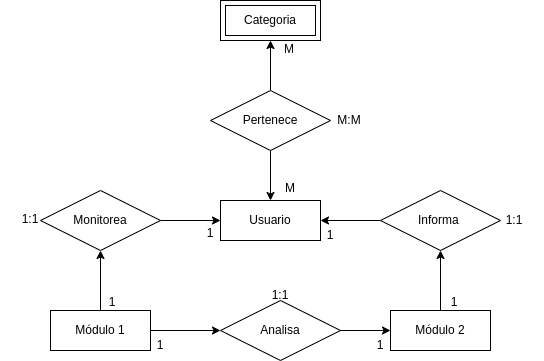
The draw.io diagram UML/Modulo3/modeloER.drawio.png in miicxitl-kin/Proyecto-Terminal-1-y-2, before a commit. Source tidied: cells renumbered, new cells last; positions are measured from the earlier drawing's top-left corner, leaving out a move shared by most shapes. The source it was exported from:
```xml
<mxGraphModel>
  <root>
    <mxCell id="0" />
    <mxCell id="1" parent="0" />
    <mxCell id="2" value="Usuario" style="whiteSpace=wrap;html=1;align=center;" parent="1" vertex="1">
      <mxGeometry x="220" y="200" width="100" height="40" as="geometry" />
    </mxCell>
    <mxCell id="3" style="edgeStyle=none;html=1;entryX=0;entryY=0.5;entryDx=0;entryDy=0;" parent="1" edge="1" source="5" target="18">
      <mxGeometry relative="1" as="geometry" />
    </mxCell>
    <mxCell id="4" style="edgeStyle=none;html=1;entryX=0.5;entryY=1;entryDx=0;entryDy=0;" parent="1" edge="1" source="5" target="10">
      <mxGeometry relative="1" as="geometry" />
    </mxCell>
    <mxCell id="5" value="Módulo 1" style="whiteSpace=wrap;html=1;align=center;" parent="1" vertex="1">
      <mxGeometry x="50" y="310" width="100" height="40" as="geometry" />
    </mxCell>
    <mxCell id="6" style="edgeStyle=none;html=1;entryX=0.5;entryY=1;entryDx=0;entryDy=0;" parent="1" edge="1" source="7" target="12">
      <mxGeometry relative="1" as="geometry" />
    </mxCell>
    <mxCell id="7" value="Módulo 2" style="whiteSpace=wrap;html=1;align=center;" parent="1" vertex="1">
      <mxGeometry x="390" y="310" width="100" height="40" as="geometry" />
    </mxCell>
    <mxCell id="8" value="Categoria" style="shape=ext;margin=3;double=1;whiteSpace=wrap;html=1;align=center;" parent="1" vertex="1">
      <mxGeometry x="220" width="100" height="40" as="geometry" />
    </mxCell>
    <mxCell id="9" style="edgeStyle=none;html=1;entryX=0;entryY=0.5;entryDx=0;entryDy=0;" parent="1" edge="1" source="10" target="2">
      <mxGeometry relative="1" as="geometry" />
    </mxCell>
    <mxCell id="10" value="Monitorea" style="shape=rhombus;perimeter=rhombusPerimeter;whiteSpace=wrap;html=1;align=center;" parent="1" vertex="1">
      <mxGeometry x="40" y="190" width="120" height="60" as="geometry" />
    </mxCell>
    <mxCell id="11" style="edgeStyle=none;html=1;entryX=1;entryY=0.5;entryDx=0;entryDy=0;" parent="1" edge="1" source="12" target="2">
      <mxGeometry relative="1" as="geometry" />
    </mxCell>
    <mxCell id="12" value="Informa&amp;nbsp;" style="shape=rhombus;perimeter=rhombusPerimeter;whiteSpace=wrap;html=1;align=center;" parent="1" vertex="1">
      <mxGeometry x="380" y="190" width="120" height="60" as="geometry" />
    </mxCell>
    <mxCell id="13" style="edgeStyle=none;html=1;entryX=0.5;entryY=0;entryDx=0;entryDy=0;" parent="1" edge="1" source="15" target="2">
      <mxGeometry relative="1" as="geometry" />
    </mxCell>
    <mxCell id="14" style="edgeStyle=none;html=1;entryX=0.5;entryY=1;entryDx=0;entryDy=0;" parent="1" edge="1" source="15" target="8">
      <mxGeometry relative="1" as="geometry" />
    </mxCell>
    <mxCell id="15" value="Pertenece" style="shape=rhombus;perimeter=rhombusPerimeter;whiteSpace=wrap;html=1;align=center;" parent="1" vertex="1">
      <mxGeometry x="210" y="90" width="120" height="60" as="geometry" />
    </mxCell>
    <mxCell id="16" style="edgeStyle=none;html=1;" parent="1" edge="1" source="18">
      <mxGeometry relative="1" as="geometry">
        <mxPoint x="320" y="330" as="targetPoint" />
      </mxGeometry>
    </mxCell>
    <mxCell id="17" style="edgeStyle=none;html=1;entryX=0;entryY=0.5;entryDx=0;entryDy=0;" parent="1" edge="1" source="18" target="7">
      <mxGeometry relative="1" as="geometry" />
    </mxCell>
    <mxCell id="18" value="Analisa" style="shape=rhombus;perimeter=rhombusPerimeter;whiteSpace=wrap;html=1;align=center;" parent="1" vertex="1">
      <mxGeometry x="220" y="300" width="120" height="60" as="geometry" />
    </mxCell>
    <mxCell id="19" value="M" style="text;html=1;align=center;verticalAlign=middle;whiteSpace=wrap;rounded=0;" parent="1" vertex="1">
      <mxGeometry x="259" y="34" width="60" height="30" as="geometry" />
    </mxCell>
    <mxCell id="20" value="M" style="text;html=1;align=center;verticalAlign=middle;whiteSpace=wrap;rounded=0;" parent="1" vertex="1">
      <mxGeometry x="260" y="173" width="60" height="30" as="geometry" />
    </mxCell>
    <mxCell id="21" value="M:M" style="text;html=1;align=center;verticalAlign=middle;whiteSpace=wrap;rounded=0;" parent="1" vertex="1">
      <mxGeometry x="319" y="105" width="60" height="30" as="geometry" />
    </mxCell>
    <mxCell id="22" value="1" style="text;html=1;align=center;verticalAlign=middle;whiteSpace=wrap;rounded=0;" parent="1" vertex="1">
      <mxGeometry x="300" y="220" width="60" height="30" as="geometry" />
    </mxCell>
    <mxCell id="23" value="1" style="text;html=1;align=center;verticalAlign=middle;whiteSpace=wrap;rounded=0;" parent="1" vertex="1">
      <mxGeometry x="424" y="287" width="60" height="30" as="geometry" />
    </mxCell>
    <mxCell id="24" value="1:1" style="text;html=1;align=center;verticalAlign=middle;whiteSpace=wrap;rounded=0;" parent="1" vertex="1">
      <mxGeometry x="484" y="205" width="60" height="30" as="geometry" />
    </mxCell>
    <mxCell id="25" value="1" style="text;html=1;align=center;verticalAlign=middle;whiteSpace=wrap;rounded=0;" parent="1" vertex="1">
      <mxGeometry x="180" y="218" width="60" height="30" as="geometry" />
    </mxCell>
    <mxCell id="26" value="1" style="text;html=1;align=center;verticalAlign=middle;whiteSpace=wrap;rounded=0;" parent="1" vertex="1">
      <mxGeometry x="82" y="287" width="60" height="30" as="geometry" />
    </mxCell>
    <mxCell id="27" value="1:1" style="text;html=1;align=center;verticalAlign=middle;whiteSpace=wrap;rounded=0;" parent="1" vertex="1">
      <mxGeometry y="204" width="60" height="30" as="geometry" />
    </mxCell>
    <mxCell id="28" value="1" style="text;html=1;align=center;verticalAlign=middle;whiteSpace=wrap;rounded=0;" parent="1" vertex="1">
      <mxGeometry x="350" y="330" width="60" height="30" as="geometry" />
    </mxCell>
    <mxCell id="29" value="1" style="text;html=1;align=center;verticalAlign=middle;whiteSpace=wrap;rounded=0;" parent="1" vertex="1">
      <mxGeometry x="130" y="330" width="60" height="30" as="geometry" />
    </mxCell>
    <mxCell id="30" value="1:1" style="text;html=1;align=center;verticalAlign=middle;whiteSpace=wrap;rounded=0;" parent="1" vertex="1">
      <mxGeometry x="250" y="280" width="60" height="30" as="geometry" />
    </mxCell>
  </root>
</mxGraphModel>
```
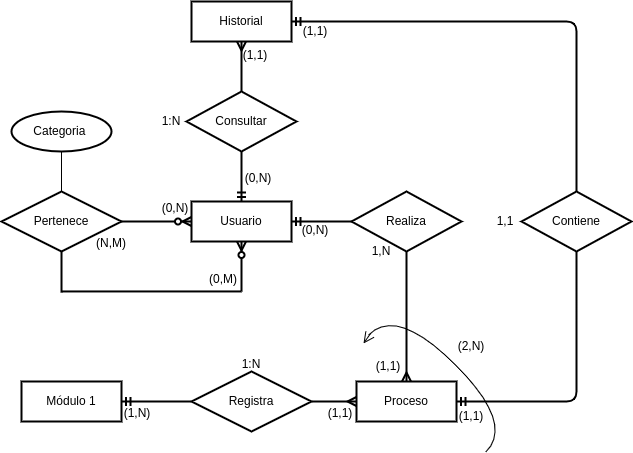
The same diagram one commit later.

Diff of the diagram source:
```diff
@@ -2,94 +2,135 @@
   <root>
     <mxCell id="0" />
     <mxCell id="1" parent="0" />
-    <mxCell id="2" value="Usuario" style="whiteSpace=wrap;html=1;align=center;" parent="1" vertex="1">
+    <mxCell id="2" value="Usuario" style="whiteSpace=wrap;html=1;align=center;strokeWidth=2;" parent="1" vertex="1">
       <mxGeometry x="220" y="200" width="100" height="40" as="geometry" />
     </mxCell>
-    <mxCell id="3" style="edgeStyle=none;html=1;entryX=0;entryY=0.5;entryDx=0;entryDy=0;" parent="1" edge="1" source="5" target="18">
-      <mxGeometry relative="1" as="geometry" />
-    </mxCell>
-    <mxCell id="4" style="edgeStyle=none;html=1;entryX=0.5;entryY=1;entryDx=0;entryDy=0;" parent="1" edge="1" source="5" target="10">
-      <mxGeometry relative="1" as="geometry" />
-    </mxCell>
-    <mxCell id="5" value="Módulo 1" style="whiteSpace=wrap;html=1;align=center;" parent="1" vertex="1">
-      <mxGeometry x="50" y="310" width="100" height="40" as="geometry" />
+    <mxCell id="5" value="Módulo 1" style="whiteSpace=wrap;html=1;align=center;strokeWidth=2;" parent="1" vertex="1">
+      <mxGeometry x="50" y="380" width="100" height="40" as="geometry" />
     </mxCell>
-    <mxCell id="6" style="edgeStyle=none;html=1;entryX=0.5;entryY=1;entryDx=0;entryDy=0;" parent="1" edge="1" source="7" target="12">
-      <mxGeometry relative="1" as="geometry" />
-    </mxCell>
-    <mxCell id="7" value="Módulo 2" style="whiteSpace=wrap;html=1;align=center;" parent="1" vertex="1">
-      <mxGeometry x="390" y="310" width="100" height="40" as="geometry" />
+    <mxCell id="7" value="Proceso" style="whiteSpace=wrap;html=1;align=center;strokeWidth=2;" parent="1" vertex="1">
+      <mxGeometry x="385" y="380" width="100" height="40" as="geometry" />
     </mxCell>
-    <mxCell id="8" value="Categoria" style="shape=ext;margin=3;double=1;whiteSpace=wrap;html=1;align=center;" parent="1" vertex="1">
-      <mxGeometry x="220" width="100" height="40" as="geometry" />
-    </mxCell>
-    <mxCell id="9" style="edgeStyle=none;html=1;entryX=0;entryY=0.5;entryDx=0;entryDy=0;" parent="1" edge="1" source="10" target="2">
-      <mxGeometry relative="1" as="geometry" />
-    </mxCell>
-    <mxCell id="10" value="Monitorea" style="shape=rhombus;perimeter=rhombusPerimeter;whiteSpace=wrap;html=1;align=center;" parent="1" vertex="1">
-      <mxGeometry x="40" y="190" width="120" height="60" as="geometry" />
+    <mxCell id="10" value="Contiene" style="shape=rhombus;perimeter=rhombusPerimeter;whiteSpace=wrap;html=1;align=center;strokeWidth=2;" parent="1" vertex="1">
+      <mxGeometry x="550" y="190" width="110" height="60" as="geometry" />
     </mxCell>
-    <mxCell id="11" style="edgeStyle=none;html=1;entryX=1;entryY=0.5;entryDx=0;entryDy=0;" parent="1" edge="1" source="12" target="2">
-      <mxGeometry relative="1" as="geometry" />
-    </mxCell>
-    <mxCell id="12" value="Informa&amp;nbsp;" style="shape=rhombus;perimeter=rhombusPerimeter;whiteSpace=wrap;html=1;align=center;" parent="1" vertex="1">
-      <mxGeometry x="380" y="190" width="120" height="60" as="geometry" />
-    </mxCell>
-    <mxCell id="13" style="edgeStyle=none;html=1;entryX=0.5;entryY=0;entryDx=0;entryDy=0;" parent="1" edge="1" source="15" target="2">
-      <mxGeometry relative="1" as="geometry" />
-    </mxCell>
-    <mxCell id="14" style="edgeStyle=none;html=1;entryX=0.5;entryY=1;entryDx=0;entryDy=0;" parent="1" edge="1" source="15" target="8">
-      <mxGeometry relative="1" as="geometry" />
-    </mxCell>
-    <mxCell id="15" value="Pertenece" style="shape=rhombus;perimeter=rhombusPerimeter;whiteSpace=wrap;html=1;align=center;" parent="1" vertex="1">
-      <mxGeometry x="210" y="90" width="120" height="60" as="geometry" />
+    <mxCell id="15" value="Pertenece" style="shape=rhombus;perimeter=rhombusPerimeter;whiteSpace=wrap;html=1;align=center;strokeWidth=2;" parent="1" vertex="1">
+      <mxGeometry x="30" y="190" width="120" height="60" as="geometry" />
     </mxCell>
     <mxCell id="16" style="edgeStyle=none;html=1;" parent="1" edge="1" source="18">
       <mxGeometry relative="1" as="geometry">
-        <mxPoint x="320" y="330" as="targetPoint" />
+        <mxPoint x="320" y="400" as="targetPoint" />
       </mxGeometry>
     </mxCell>
-    <mxCell id="17" style="edgeStyle=none;html=1;entryX=0;entryY=0.5;entryDx=0;entryDy=0;" parent="1" edge="1" source="18" target="7">
-      <mxGeometry relative="1" as="geometry" />
-    </mxCell>
-    <mxCell id="18" value="Analisa" style="shape=rhombus;perimeter=rhombusPerimeter;whiteSpace=wrap;html=1;align=center;" parent="1" vertex="1">
-      <mxGeometry x="220" y="300" width="120" height="60" as="geometry" />
+    <mxCell id="18" value="Registra" style="shape=rhombus;perimeter=rhombusPerimeter;whiteSpace=wrap;html=1;align=center;strokeWidth=2;" parent="1" vertex="1">
+      <mxGeometry x="220" y="370" width="120" height="60" as="geometry" />
     </mxCell>
-    <mxCell id="19" value="M" style="text;html=1;align=center;verticalAlign=middle;whiteSpace=wrap;rounded=0;" parent="1" vertex="1">
-      <mxGeometry x="259" y="34" width="60" height="30" as="geometry" />
-    </mxCell>
-    <mxCell id="20" value="M" style="text;html=1;align=center;verticalAlign=middle;whiteSpace=wrap;rounded=0;" parent="1" vertex="1">
-      <mxGeometry x="260" y="173" width="60" height="30" as="geometry" />
+    <mxCell id="20" value="(0,N)" style="text;html=1;align=center;verticalAlign=middle;whiteSpace=wrap;rounded=0;" parent="1" vertex="1">
+      <mxGeometry x="174" y="192" width="60" height="30" as="geometry" />
     </mxCell>
-    <mxCell id="21" value="M:M" style="text;html=1;align=center;verticalAlign=middle;whiteSpace=wrap;rounded=0;" parent="1" vertex="1">
-      <mxGeometry x="319" y="105" width="60" height="30" as="geometry" />
+    <mxCell id="21" value="(0,M)" style="text;html=1;align=center;verticalAlign=middle;whiteSpace=wrap;rounded=0;" parent="1" vertex="1">
+      <mxGeometry x="222" y="263" width="60" height="30" as="geometry" />
     </mxCell>
-    <mxCell id="22" value="1" style="text;html=1;align=center;verticalAlign=middle;whiteSpace=wrap;rounded=0;" parent="1" vertex="1">
-      <mxGeometry x="300" y="220" width="60" height="30" as="geometry" />
-    </mxCell>
-    <mxCell id="23" value="1" style="text;html=1;align=center;verticalAlign=middle;whiteSpace=wrap;rounded=0;" parent="1" vertex="1">
-      <mxGeometry x="424" y="287" width="60" height="30" as="geometry" />
-    </mxCell>
-    <mxCell id="24" value="1:1" style="text;html=1;align=center;verticalAlign=middle;whiteSpace=wrap;rounded=0;" parent="1" vertex="1">
-      <mxGeometry x="484" y="205" width="60" height="30" as="geometry" />
-    </mxCell>
-    <mxCell id="25" value="1" style="text;html=1;align=center;verticalAlign=middle;whiteSpace=wrap;rounded=0;" parent="1" vertex="1">
-      <mxGeometry x="180" y="218" width="60" height="30" as="geometry" />
-    </mxCell>
-    <mxCell id="26" value="1" style="text;html=1;align=center;verticalAlign=middle;whiteSpace=wrap;rounded=0;" parent="1" vertex="1">
-      <mxGeometry x="82" y="287" width="60" height="30" as="geometry" />
-    </mxCell>
-    <mxCell id="27" value="1:1" style="text;html=1;align=center;verticalAlign=middle;whiteSpace=wrap;rounded=0;" parent="1" vertex="1">
-      <mxGeometry y="204" width="60" height="30" as="geometry" />
+    <mxCell id="27" value="1,1" style="text;html=1;align=center;verticalAlign=middle;whiteSpace=wrap;rounded=0;" parent="1" vertex="1">
+      <mxGeometry x="504" y="204.9" width="60" height="30" as="geometry" />
     </mxCell>
-    <mxCell id="28" value="1" style="text;html=1;align=center;verticalAlign=middle;whiteSpace=wrap;rounded=0;" parent="1" vertex="1">
-      <mxGeometry x="350" y="330" width="60" height="30" as="geometry" />
+    <mxCell id="28" value="(1,1)" style="text;html=1;align=center;verticalAlign=middle;whiteSpace=wrap;rounded=0;" parent="1" vertex="1">
+      <mxGeometry x="339" y="397" width="60" height="30" as="geometry" />
     </mxCell>
-    <mxCell id="29" value="1" style="text;html=1;align=center;verticalAlign=middle;whiteSpace=wrap;rounded=0;" parent="1" vertex="1">
-      <mxGeometry x="130" y="330" width="60" height="30" as="geometry" />
+    <mxCell id="29" value="(1,N)" style="text;html=1;align=center;verticalAlign=middle;whiteSpace=wrap;rounded=0;" parent="1" vertex="1">
+      <mxGeometry x="136" y="397" width="60" height="30" as="geometry" />
     </mxCell>
-    <mxCell id="30" value="1:1" style="text;html=1;align=center;verticalAlign=middle;whiteSpace=wrap;rounded=0;" parent="1" vertex="1">
-      <mxGeometry x="250" y="280" width="60" height="30" as="geometry" />
+    <mxCell id="30" value="1:N" style="text;html=1;align=center;verticalAlign=middle;whiteSpace=wrap;rounded=0;" parent="1" vertex="1">
+      <mxGeometry x="250" y="348" width="60" height="30" as="geometry" />
     </mxCell>
+    <mxCell id="31" value="Historial" style="whiteSpace=wrap;html=1;align=center;strokeWidth=2;" parent="1" vertex="1">
+      <mxGeometry x="220" width="100" height="40" as="geometry" />
+    </mxCell>
+    <mxCell id="32" value="Consultar" style="shape=rhombus;perimeter=rhombusPerimeter;whiteSpace=wrap;html=1;align=center;strokeWidth=2;" parent="1" vertex="1">
+      <mxGeometry x="215" y="90" width="110" height="60" as="geometry" />
+    </mxCell>
+    <mxCell id="33" style="fontSize=12;html=1;endArrow=ERmany;exitX=0.5;exitY=0;exitDx=0;exitDy=0;entryX=0.5;entryY=1;entryDx=0;entryDy=0;strokeWidth=2;" parent="1" edge="1" source="32" target="31">
+      <mxGeometry relative="1" as="geometry" />
+    </mxCell>
+    <mxCell id="34" value="1:N" style="text;html=1;align=center;verticalAlign=middle;whiteSpace=wrap;rounded=0;" parent="1" vertex="1">
+      <mxGeometry x="170" y="105" width="60" height="30" as="geometry" />
+    </mxCell>
+    <mxCell id="35" value="(0,N)" style="text;html=1;align=center;verticalAlign=middle;whiteSpace=wrap;rounded=0;" parent="1" vertex="1">
+      <mxGeometry x="257" y="162" width="60" height="30" as="geometry" />
+    </mxCell>
+    <mxCell id="36" value="(1,1)" style="text;html=1;align=center;verticalAlign=middle;whiteSpace=wrap;rounded=0;" parent="1" vertex="1">
+      <mxGeometry x="254" y="39" width="60" height="30" as="geometry" />
+    </mxCell>
+    <mxCell id="37" value="(1,1)" style="text;html=1;align=center;verticalAlign=middle;whiteSpace=wrap;rounded=0;" parent="1" vertex="1">
+      <mxGeometry x="314" y="15" width="60" height="30" as="geometry" />
+    </mxCell>
+    <mxCell id="38" value="(1,1)" style="text;html=1;align=center;verticalAlign=middle;whiteSpace=wrap;rounded=0;" parent="1" vertex="1">
+      <mxGeometry x="470" y="400" width="60" height="30" as="geometry" />
+    </mxCell>
+    <mxCell id="39" style="line;strokeWidth=2;html=1;rotation=-90;" parent="1" vertex="1">
+      <mxGeometry x="69.1" y="264.9" width="41.9" height="10" as="geometry" />
+    </mxCell>
+    <mxCell id="40" value="(N,M)" style="text;html=1;align=center;verticalAlign=middle;whiteSpace=wrap;rounded=0;" parent="1" vertex="1">
+      <mxGeometry x="117" y="227" width="46" height="30" as="geometry" />
+    </mxCell>
+    <mxCell id="41" style="line;strokeWidth=2;html=1;" parent="1" vertex="1">
+      <mxGeometry x="90" y="284.9" width="180" height="10" as="geometry" />
+    </mxCell>
+    <mxCell id="42" style="fontSize=12;html=1;endArrow=ERzeroToMany;endFill=1;exitX=1;exitY=0.5;exitDx=0;exitDy=0;exitPerimeter=0;entryX=0.5;entryY=1;entryDx=0;entryDy=0;strokeWidth=2;" parent="1" edge="1" source="41" target="2">
+      <mxGeometry relative="1" as="geometry" />
+    </mxCell>
+    <mxCell id="13" style="edgeStyle=entityRelationEdgeStyle;fontSize=12;html=1;endArrow=ERzeroToMany;endFill=1;entryX=0;entryY=0.5;entryDx=0;entryDy=0;exitX=1;exitY=0.5;exitDx=0;exitDy=0;strokeWidth=2;" parent="1" edge="1" source="15" target="2">
+      <mxGeometry relative="1" as="geometry" />
+    </mxCell>
+    <mxCell id="43" value="Realiza" style="shape=rhombus;perimeter=rhombusPerimeter;whiteSpace=wrap;html=1;align=center;strokeWidth=2;" parent="1" vertex="1">
+      <mxGeometry x="380" y="190" width="110" height="60" as="geometry" />
+    </mxCell>
+    <mxCell id="44" style="edgeStyle=entityRelationEdgeStyle;fontSize=12;html=1;endArrow=ERmandOne;entryX=1;entryY=0.5;entryDx=0;entryDy=0;strokeWidth=2;" parent="1" edge="1" source="43" target="2">
+      <mxGeometry relative="1" as="geometry" />
+    </mxCell>
+    <mxCell id="45" value="(0,N)" style="text;html=1;align=center;verticalAlign=middle;whiteSpace=wrap;rounded=0;" parent="1" vertex="1">
+      <mxGeometry x="314" y="214" width="60" height="30" as="geometry" />
+    </mxCell>
+    <mxCell id="46" value="(1,1)" style="text;html=1;align=center;verticalAlign=middle;whiteSpace=wrap;rounded=0;" parent="1" vertex="1">
+      <mxGeometry x="387" y="350" width="60" height="30" as="geometry" />
+    </mxCell>
+    <mxCell id="47" value="1,N" style="text;html=1;align=center;verticalAlign=middle;whiteSpace=wrap;rounded=0;" parent="1" vertex="1">
+      <mxGeometry x="380" y="234.9" width="60" height="30" as="geometry" />
+    </mxCell>
+    <mxCell id="48" style="edgeStyle=orthogonalEdgeStyle;fontSize=12;html=1;endArrow=ERmany;strokeWidth=2;exitX=0.5;exitY=1;exitDx=0;exitDy=0;entryX=0.5;entryY=0;entryDx=0;entryDy=0;" parent="1" edge="1" source="43" target="7">
+      <mxGeometry relative="1" as="geometry" />
+    </mxCell>
+    <mxCell id="49" style="shape=requiredInterface;html=1;verticalLabelPosition=bottom;sketch=0;rotation=-45;" parent="1" vertex="1">
+      <mxGeometry x="450" y="294.9" width="40" height="165.5" as="geometry" />
+    </mxCell>
+    <mxCell id="50" style="endArrow=open;endFill=1;endSize=9;html=1;startSize=19;exitX=0.042;exitY=0.002;exitDx=0;exitDy=0;exitPerimeter=0;" parent="1" edge="1" source="49">
+      <mxGeometry relative="1" as="geometry">
+        <mxPoint x="392" y="342" as="targetPoint" />
+      </mxGeometry>
+    </mxCell>
+    <mxCell id="51" value="(2,N)" style="text;html=1;align=center;verticalAlign=middle;whiteSpace=wrap;rounded=0;" parent="1" vertex="1">
+      <mxGeometry x="470" y="330" width="60" height="30" as="geometry" />
+    </mxCell>
+    <mxCell id="52" style="edgeStyle=orthogonalEdgeStyle;fontSize=12;html=1;endArrow=ERmandOne;entryX=1;entryY=0.5;entryDx=0;entryDy=0;strokeWidth=2;exitX=0.5;exitY=0;exitDx=0;exitDy=0;" parent="1" edge="1" source="10" target="31">
+      <mxGeometry relative="1" as="geometry" />
+    </mxCell>
+    <mxCell id="53" style="fontSize=12;html=1;endArrow=ERmandOne;entryX=0.5;entryY=0;entryDx=0;entryDy=0;strokeWidth=2;exitX=0.5;exitY=1;exitDx=0;exitDy=0;" parent="1" edge="1" source="32" target="2">
+      <mxGeometry relative="1" as="geometry" />
+    </mxCell>
+    <mxCell id="54" style="edgeStyle=orthogonalEdgeStyle;fontSize=12;html=1;endArrow=ERmandOne;entryX=1;entryY=0.5;entryDx=0;entryDy=0;strokeWidth=2;" parent="1" edge="1" source="18" target="5">
+      <mxGeometry relative="1" as="geometry" />
+    </mxCell>
+    <mxCell id="17" style="edgeStyle=entityRelationEdgeStyle;fontSize=12;html=1;endArrow=ERmany;entryX=0;entryY=0.5;entryDx=0;entryDy=0;exitX=1;exitY=0.5;exitDx=0;exitDy=0;strokeWidth=2;" parent="1" edge="1" source="18" target="7">
+      <mxGeometry relative="1" as="geometry" />
+    </mxCell>
+    <mxCell id="55" style="edgeStyle=orthogonalEdgeStyle;fontSize=12;html=1;endArrow=ERmandOne;entryX=1;entryY=0.5;entryDx=0;entryDy=0;strokeWidth=2;exitX=0.5;exitY=1;exitDx=0;exitDy=0;" parent="1" edge="1" source="10" target="7">
+      <mxGeometry relative="1" as="geometry" />
+    </mxCell>
+    <mxCell id="8" value="Categoria&amp;nbsp;" style="ellipse;whiteSpace=wrap;html=1;align=center;strokeWidth=2;" parent="1" vertex="1">
+      <mxGeometry x="40" y="110" width="100" height="40" as="geometry" />
+    </mxCell>
+    <mxCell id="56" style="endArrow=none;html=1;rounded=0;entryX=0.5;entryY=0;entryDx=0;entryDy=0;exitX=0.5;exitY=1;exitDx=0;exitDy=0;" parent="1" edge="1" source="8" target="15">
+      <mxGeometry relative="1" as="geometry" />
+    </mxCell>
   </root>
 </mxGraphModel>
```
